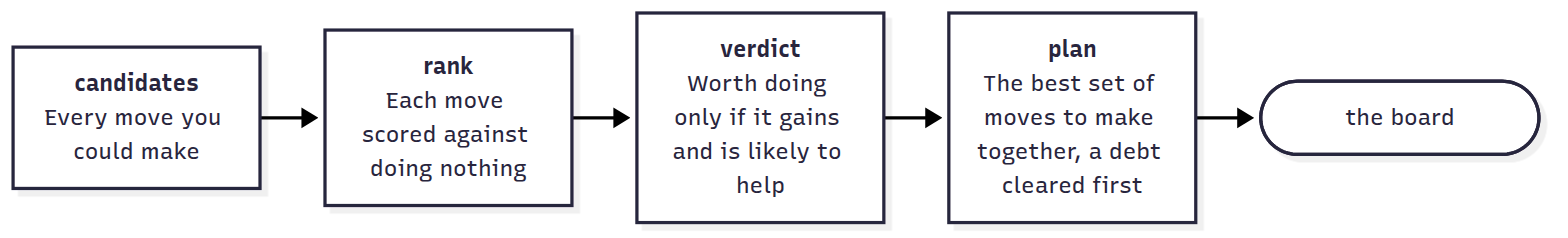
Before: docs/funnel.png, a diagram exported from Mermaid (OrsM/liga_five_guys). Its source is kept beside it as docs/funnel.mmd.
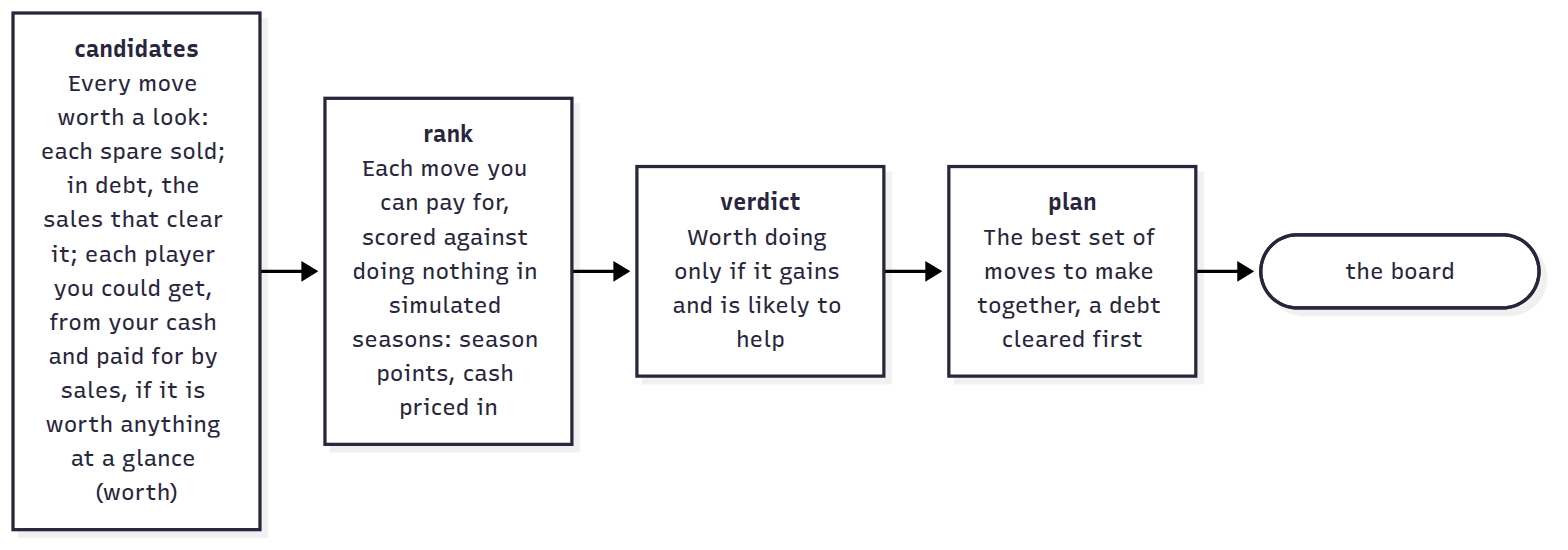
The same diagram one commit later.

Commit message:
Points above replacement screen and one way to fund a move

Change to the diagram source:
```diff
@@ -1,6 +1,6 @@
 flowchart LR
-    s0["<b>candidates</b><br/>Every move you could make"]
-    s1["<b>rank</b><br/>Each move scored against doing nothing"]
+    s0["<b>candidates</b><br/>Every move worth a look: each spare sold; in debt, the sales that clear it; each player you could get, from your cash and paid for by sales, if it is worth anything at a glance (worth)"]
+    s1["<b>rank</b><br/>Each move you can pay for, scored against doing nothing in simulated seasons: season points, cash priced in"]
     s0 --> s1
     s2["<b>verdict</b><br/>Worth doing only if it gains and is likely to help"]
     s1 --> s2
```
